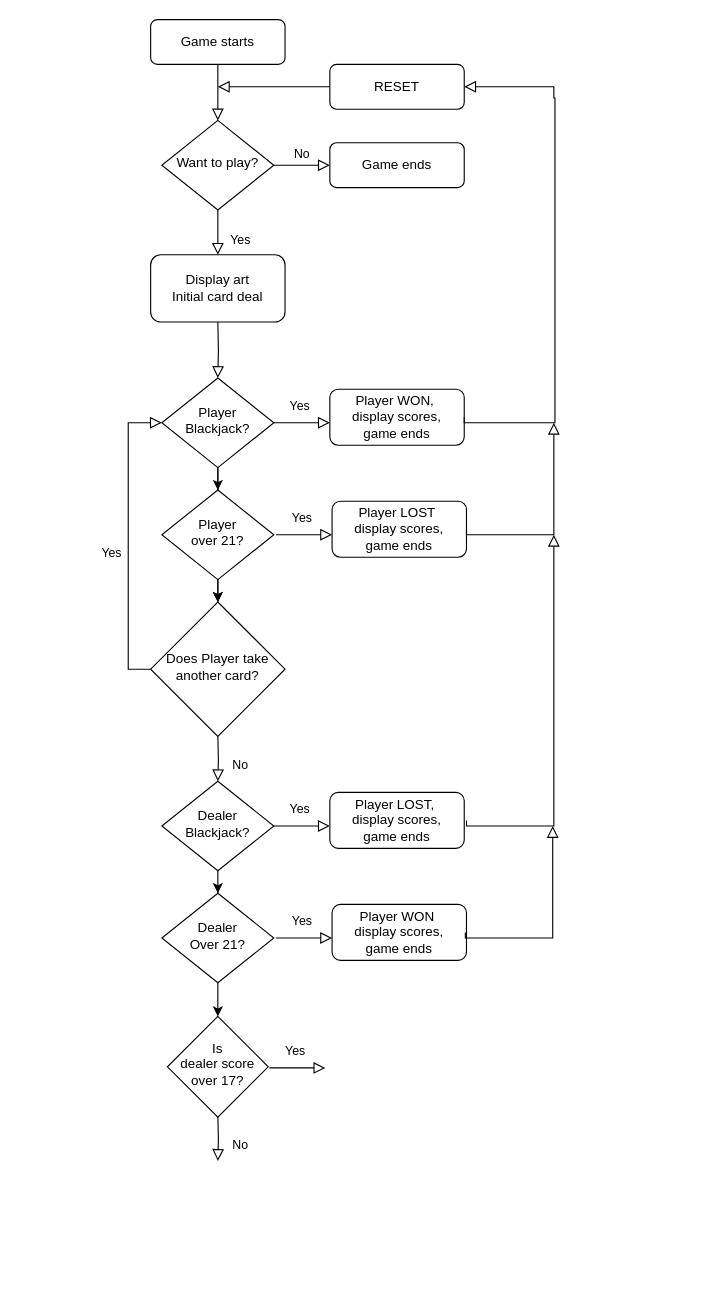
Earlier version of the draw.io diagram blackjack/Flowchart.drawio (mirella4real/python-projects). Source tidied: cells renumbered, new cells numbered last; positions are measured from the earlier drawing's top-left corner, leaving out a move shared by most shapes. Both pictures are drawn from the tidied source at 112%, with x=0, y=0 at pixel (150, 19).
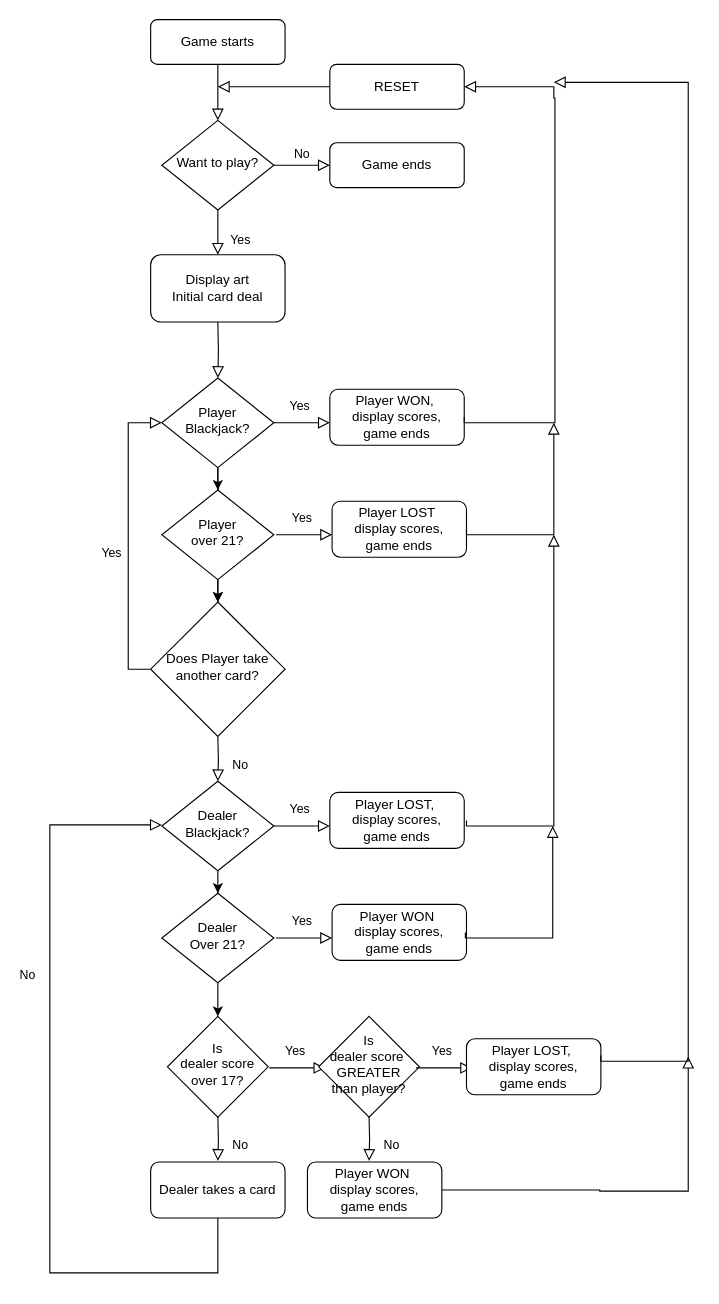
Above is the later version.

Commit message (it also covers changes not shown here):
finished blackjack flowchart and updated readme

What changed in the source:
```diff
@@
+    <mxCell id="39" value="Dealer takes a card" style="rounded=1;whiteSpace=wrap;html=1;fontSize=12;glass=0;strokeWidth=1;shadow=0;" parent="1" vertex="1">
+      <mxGeometry y="1020" width="120" height="50" as="geometry" />
+    </mxCell>
+    <mxCell id="40" value="No" style="rounded=0;html=1;jettySize=auto;fontSize=11;endArrow=block;endFill=0;endSize=8;strokeWidth=1;shadow=0;labelBackgroundColor=none;edgeStyle=orthogonalEdgeStyle;exitX=0.5;exitY=1;exitDx=0;exitDy=0;" parent="1" edge="1" source="39">
+      <mxGeometry x="0.33" y="20" relative="1" as="geometry">
+        <mxPoint x="10" y="719" as="targetPoint" />
+        <Array as="points">
+          <mxPoint x="60" y="1119" />
+          <mxPoint x="-90" y="1119" />
+          <mxPoint x="-90" y="719" />
+        </Array>
+      </mxGeometry>
+    </mxCell>
+    <mxCell id="41" value="Is&lt;div&gt;dealer score&amp;nbsp; GREATER than player?&lt;/div&gt;" style="rhombus;whiteSpace=wrap;html=1;shadow=0;strokeWidth=1;spacing=6;spacingTop=-4;" parent="1" vertex="1">
+      <mxGeometry x="150" y="890" width="90" height="90" as="geometry" />
+    </mxCell>
+    <mxCell id="42" value="Yes" style="edgeStyle=orthogonalEdgeStyle;rounded=0;html=1;jettySize=auto;orthogonalLoop=1;fontSize=11;endArrow=block;endFill=0;endSize=8;strokeWidth=1;shadow=0;labelBackgroundColor=none;exitX=1;exitY=0.5;exitDx=0;exitDy=0;" parent="1" edge="1">
+      <mxGeometry x="-0.08" y="15" relative="1" as="geometry">
+        <mxPoint x="237" y="936" as="sourcePoint" />
+        <mxPoint x="287" y="936" as="targetPoint" />
+      </mxGeometry>
+    </mxCell>
+    <mxCell id="43" value="No" style="rounded=0;html=1;jettySize=auto;orthogonalLoop=1;fontSize=11;endArrow=block;endFill=0;endSize=8;strokeWidth=1;shadow=0;labelBackgroundColor=none;edgeStyle=orthogonalEdgeStyle;exitX=0.5;exitY=1;exitDx=0;exitDy=0;" parent="1" edge="1">
+      <mxGeometry x="0.33" y="20" relative="1" as="geometry">
+        <mxPoint x="195" y="979" as="sourcePoint" />
+        <mxPoint x="195" y="1019" as="targetPoint" />
+      </mxGeometry>
+    </mxCell>
+    <mxCell id="44" value="Player LOST,&amp;nbsp;&lt;div&gt;display scores,&lt;div&gt;game ends&lt;/div&gt;&lt;/div&gt;" style="rounded=1;whiteSpace=wrap;html=1;fontSize=12;glass=0;strokeWidth=1;shadow=0;" parent="1" vertex="1">
+      <mxGeometry x="282" y="910" width="120" height="50" as="geometry" />
+    </mxCell>
+    <mxCell id="45" value="Player WON&amp;nbsp;&lt;div&gt;display scores,&lt;div&gt;game ends&lt;/div&gt;&lt;/div&gt;" style="rounded=1;whiteSpace=wrap;html=1;fontSize=12;glass=0;strokeWidth=1;shadow=0;" parent="1" vertex="1">
+      <mxGeometry x="140" y="1020" width="120" height="50" as="geometry" />
+    </mxCell>
+    <mxCell id="46" style="edgeStyle=orthogonalEdgeStyle;rounded=0;html=1;jettySize=auto;fontSize=11;endArrow=block;endFill=0;endSize=8;strokeWidth=1;shadow=0;labelBackgroundColor=none;exitX=1;exitY=0.5;exitDx=0;exitDy=0;" parent="1" edge="1" source="45">
+      <mxGeometry x="-0.08" y="15" relative="1" as="geometry">
+        <mxPoint x="480" y="926" as="targetPoint" />
+        <Array as="points">
+          <mxPoint x="401" y="1045" />
+          <mxPoint x="479" y="1046" />
+        </Array>
+      </mxGeometry>
+    </mxCell>
+    <mxCell id="47" style="edgeStyle=orthogonalEdgeStyle;rounded=0;html=1;jettySize=auto;orthogonalLoop=1;fontSize=11;endArrow=block;endFill=0;endSize=8;strokeWidth=1;shadow=0;labelBackgroundColor=none;exitX=1;exitY=0.5;exitDx=0;exitDy=0;" parent="1" edge="1">
+      <mxGeometry x="-0.08" y="15" relative="1" as="geometry">
+        <mxPoint x="402" y="925" as="sourcePoint" />
+        <mxPoint x="360" y="56" as="targetPoint" />
+        <Array as="points">
+          <mxPoint x="402" y="930" />
+          <mxPoint x="480" y="930" />
+          <mxPoint x="480" y="56" />
+        </Array>
+      </mxGeometry>
+    </mxCell>
```
